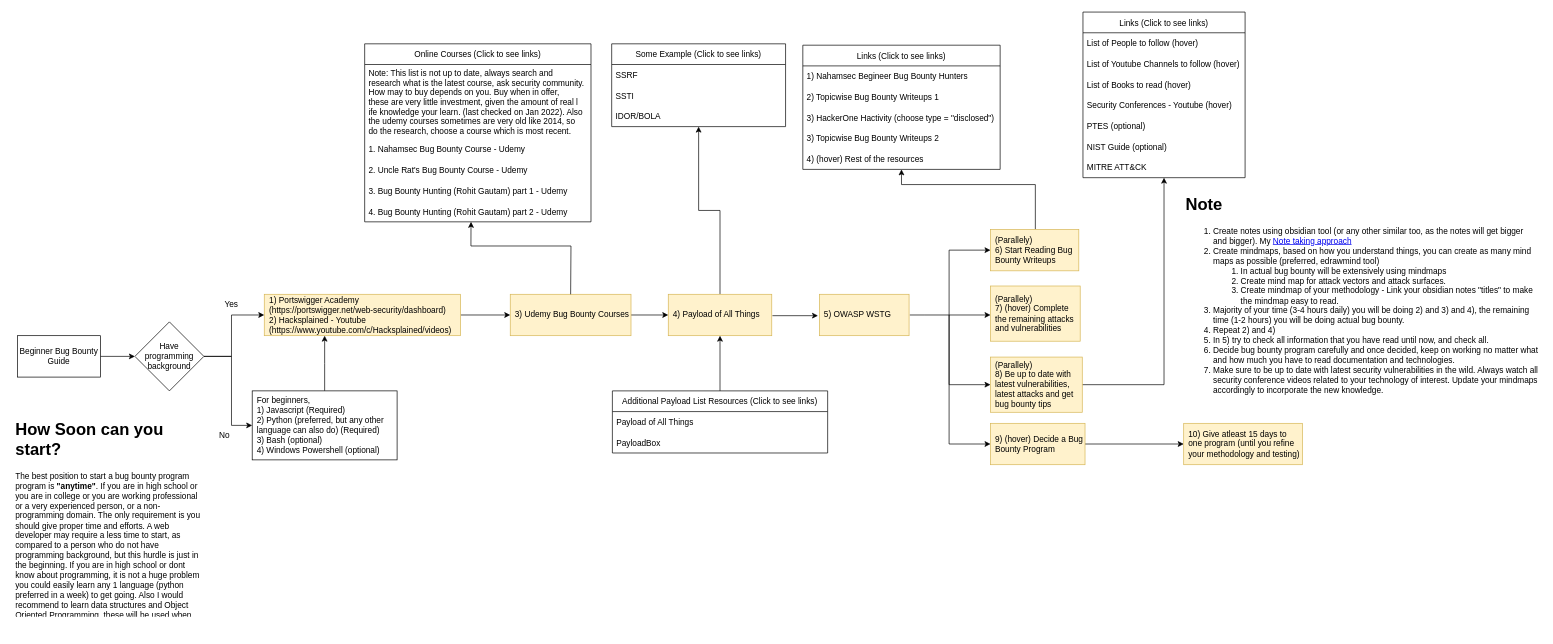
The draw.io diagram page "Beginner Bug Bounty Guide" (1 of 2) of how-to-start-bug-bounty.drawio in Le4kno3/Beginner-Bug-Bounty-Guide, before the edit. Source tidied: cells renumbered, new cells numbered last; positions are measured from the earlier drawing's top-left corner, leaving out a move shared by most shapes. Both pictures are drawn from the tidied source at 69%, with x=0, y=0 at pixel (12, 12).
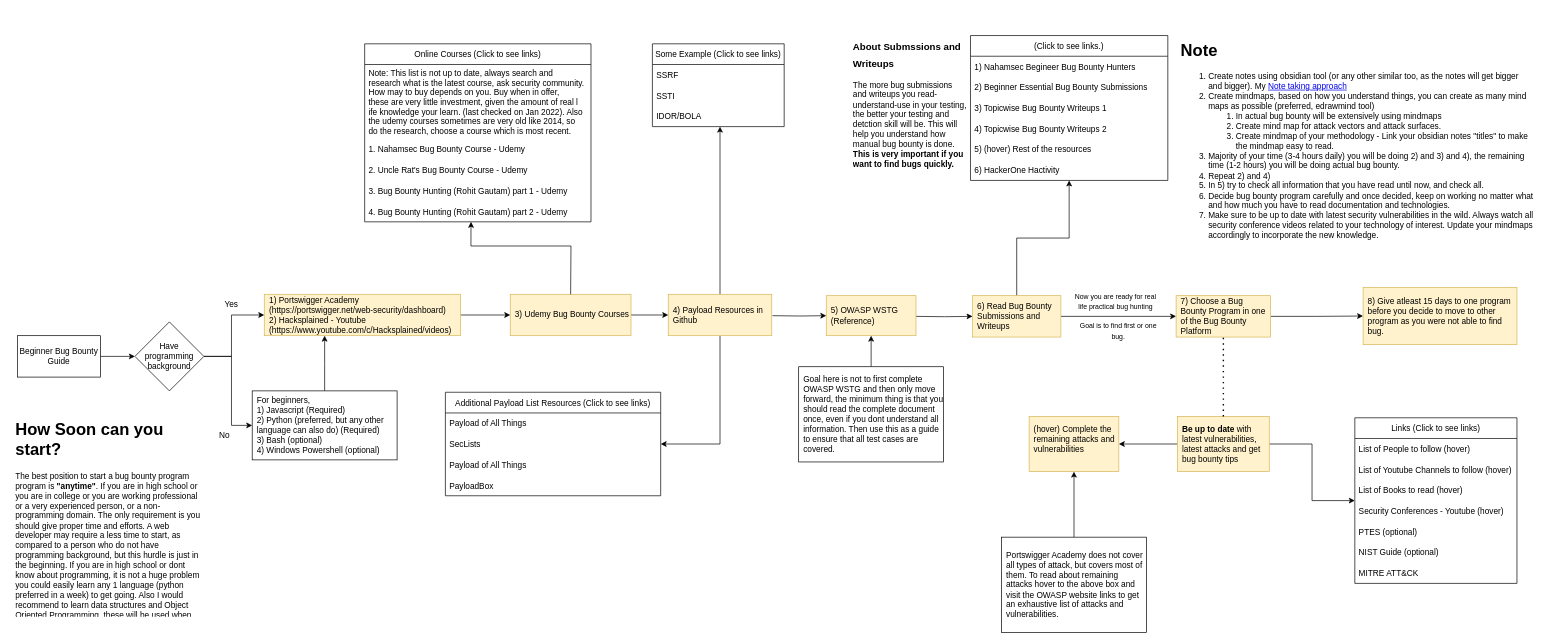
The same diagram, later.

Diff of the diagram source:
```diff
@@
-    <mxCell id="7" style="edgeStyle=orthogonalEdgeStyle;rounded=0;jettySize=auto;html=1;" parent="1" edge="1" target="16">
-      <mxGeometry relative="1" as="geometry">
-        <mxPoint x="1358" y="439" as="sourcePoint" />
-        <Array as="points">
-          <mxPoint x="1358" y="345" />
-        </Array>
-      </mxGeometry>
-    </mxCell>
-    <mxCell id="8" style="edgeStyle=orthogonalEdgeStyle;rounded=0;jettySize=auto;html=1;entryX=0;entryY=0.5;entryDx=0;entryDy=0;" parent="1" edge="1" target="24">
-      <mxGeometry relative="1" as="geometry">
-        <mxPoint x="1358" y="439" as="sourcePoint" />
-        <Array as="points">
-          <mxPoint x="1358" y="540" />
-        </Array>
-      </mxGeometry>
-    </mxCell>
-    <mxCell id="9" style="edgeStyle=orthogonalEdgeStyle;rounded=0;jettySize=auto;html=1;" parent="1" edge="1" target="34">
-      <mxGeometry relative="1" as="geometry">
-        <mxPoint x="1358" y="439" as="sourcePoint" />
-        <Array as="points">
-          <mxPoint x="1358" y="626" />
-        </Array>
-      </mxGeometry>
-    </mxCell>
-    <mxCell id="10" style="edgeStyle=orthogonalEdgeStyle;rounded=0;jettySize=auto;html=1;startArrow=none;" parent="1" edge="1" target="37">
-      <mxGeometry relative="1" as="geometry">
-        <mxPoint x="1301" y="439" as="sourcePoint" />
-        <Array as="points">
-          <mxPoint x="1323" y="439" />
-          <mxPoint x="1323" y="439" />
-        </Array>
-      </mxGeometry>
-    </mxCell>
@@
     <mxCell id="15" style="edgeStyle=orthogonalEdgeStyle;rounded=0;jettySize=auto;html=1;" parent="1" edge="1" source="16" target="17">
-      <mxGeometry relative="1" as="geometry">
-        <Array as="points">
-          <mxPoint x="1483" y="250" />
-          <mxPoint x="1289" y="250" />
-        </Array>
-      </mxGeometry>
+      <mxGeometry relative="1" as="geometry" />
     </mxCell>
+    <mxCell id="62" style="edgeStyle=orthogonalEdgeStyle;rounded=0;jettySize=auto;html=1;entryX=0;entryY=0.5;entryDx=0;entryDy=0;" parent="1" edge="1" source="16" target="34">
+      <mxGeometry relative="1" as="geometry" />
+    </mxCell>
-    <mxCell id="16" value="(Parallely)&lt;br&gt;6) Start Reading Bug Bounty Writeups" style="whiteSpace=wrap;html=1;fillColor=#fff2cc;strokeColor=#d6b656;rounded=0;align=left;spacingLeft=5;" parent="1" vertex="1">
-      <mxGeometry x="1418" y="315" width="128" height="60" as="geometry" />
+    <mxCell id="16" value="6) Read Bug Bounty Submissions and Writeups" style="whiteSpace=wrap;html=1;fillColor=#fff2cc;strokeColor=#d6b656;rounded=0;align=left;spacingLeft=5;" parent="1" vertex="1">
+      <mxGeometry x="1392" y="411" width="128" height="60" as="geometry" />
     </mxCell>
-    <mxCell id="17" value="Links (Click to see links)" style="swimlane;fontStyle=0;horizontal=1;startSize=30;" parent="1" vertex="1">
-      <mxGeometry x="1146" y="48" width="286" height="180" as="geometry" />
+    <mxCell id="17" value="(Click to see links.)" style="swimlane;fontStyle=0;horizontal=1;startSize=30;" parent="1" vertex="1">
+      <mxGeometry x="1389" y="34" width="286" height="210" as="geometry" />
     </mxCell>
@@
+    <mxCell id="63" value="2) Beginner Essential Bug Bounty Submissions" style="text;strokeColor=none;fillColor=none;align=left;verticalAlign=middle;spacingLeft=4;spacingRight=4;overflow=hidden;" parent="17" vertex="1">
+      <mxGeometry y="60" width="286" height="30" as="geometry" />
+    </mxCell>
-    <mxCell id="19" value="2) Topicwise Bug Bounty Writeups 1" style="text;strokeColor=none;fillColor=none;align=left;verticalAlign=middle;spacingLeft=4;spacingRight=4;overflow=hidden;" parent="17" vertex="1">
-      <mxGeometry y="60" width="286" height="30" as="geometry" />
+    <mxCell id="19" value="3) Topicwise Bug Bounty Writeups 1" style="text;strokeColor=none;fillColor=none;align=left;verticalAlign=middle;spacingLeft=4;spacingRight=4;overflow=hidden;" parent="17" vertex="1">
+      <mxGeometry y="90" width="286" height="30" as="geometry" />
     </mxCell>
-    <mxCell id="20" value="3) HackerOne Hactivity (choose type = &quot;disclosed&quot;)" style="text;strokeColor=none;fillColor=none;align=left;verticalAlign=middle;spacingLeft=4;spacingRight=4;overflow=hidden;" parent="17" vertex="1">
-      <mxGeometry y="90" width="286" height="30" as="geometry" />
-    </mxCell>
-    <mxCell id="21" value="3) Topicwise Bug Bounty Writeups 2" style="text;strokeColor=none;fillColor=none;align=left;verticalAlign=middle;spacingLeft=4;spacingRight=4;overflow=hidden;" parent="17" vertex="1">
+    <mxCell id="21" value="4) Topicwise Bug Bounty Writeups 2" style="text;strokeColor=none;fillColor=none;align=left;verticalAlign=middle;spacingLeft=4;spacingRight=4;overflow=hidden;" parent="17" vertex="1">
       <mxGeometry y="120" width="286" height="30" as="geometry" />
     </mxCell>
-    <mxCell id="22" value="4) (hover) Rest of the resources" style="text;strokeColor=none;fillColor=none;align=left;verticalAlign=middle;spacingLeft=4;spacingRight=4;overflow=hidden;" parent="17" vertex="1">
+    <mxCell id="22" value="5) (hover) Rest of the resources" style="text;strokeColor=none;fillColor=none;align=left;verticalAlign=middle;spacingLeft=4;spacingRight=4;overflow=hidden;" parent="17" vertex="1">
       <mxGeometry y="150" width="286" height="30" as="geometry" />
     </mxCell>
+    <mxCell id="20" value="6) HackerOne Hactivity" style="text;strokeColor=none;fillColor=none;align=left;verticalAlign=middle;spacingLeft=4;spacingRight=4;overflow=hidden;" parent="17" vertex="1">
+      <mxGeometry y="180" width="286" height="30" as="geometry" />
+    </mxCell>
@@
+    <mxCell id="64" style="edgeStyle=orthogonalEdgeStyle;rounded=0;jettySize=auto;html=1;entryX=1;entryY=0.5;entryDx=0;entryDy=0;fontSize=12;" parent="1" edge="1" source="24" target="37">
+      <mxGeometry relative="1" as="geometry" />
+    </mxCell>
-    <mxCell id="24" value="(Parallely)&lt;br&gt;8) Be up to date with latest vulnerabilities, latest attacks and get bug bounty tips" style="whiteSpace=wrap;html=1;align=left;fillColor=#fff2cc;strokeColor=#d6b656;rounded=0;spacingLeft=5;" parent="1" vertex="1">
-      <mxGeometry x="1418" y="500" width="133" height="80" as="geometry" />
+    <mxCell id="24" value="&lt;b&gt;Be up to date&lt;/b&gt; with latest vulnerabilities, latest attacks and get bug bounty tips" style="whiteSpace=wrap;html=1;align=left;fillColor=#fff2cc;strokeColor=#d6b656;rounded=0;spacingLeft=5;" parent="1" vertex="1">
+      <mxGeometry x="1689" y="586" width="133" height="80" as="geometry" />
     </mxCell>
     <mxCell id="25" value="Links (Click to see links)" style="swimlane;fontStyle=0;horizontal=1;startSize=30;" parent="1" vertex="1">
-      <mxGeometry x="1552" width="235" height="240" as="geometry" />
+      <mxGeometry x="1946" y="588" width="235" height="240" as="geometry" />
     </mxCell>
@@
-    <mxCell id="34" value="9) (hover) Decide a Bug Bounty Program" style="whiteSpace=wrap;html=1;align=left;fillColor=#fff2cc;strokeColor=#d6b656;rounded=0;spacingLeft=5;" parent="1" vertex="1">
-      <mxGeometry x="1418" y="596" width="137" height="60" as="geometry" />
+    <mxCell id="34" value="7) Choose a Bug Bounty Program in one of the Bug Bounty Platform" style="whiteSpace=wrap;html=1;align=left;fillColor=#fff2cc;strokeColor=#d6b656;rounded=0;spacingLeft=5;" parent="1" vertex="1">
+      <mxGeometry x="1687" y="411" width="137" height="60" as="geometry" />
     </mxCell>
-    <mxCell id="35" value="10) Give atleast 15 days to one program (until you refine your methodology and testing)" style="whiteSpace=wrap;html=1;align=left;fillColor=#fff2cc;strokeColor=#d6b656;rounded=0;spacingLeft=5;" parent="1" vertex="1">
-      <mxGeometry x="1698" y="596" width="172" height="60" as="geometry" />
+    <mxCell id="35" value="8) Give atleast 15 days to one program before you decide to move to other program as you were not able to find bug." style="whiteSpace=wrap;html=1;align=left;fillColor=#fff2cc;strokeColor=#d6b656;rounded=0;spacingLeft=5;" parent="1" vertex="1">
+      <mxGeometry x="1958" y="399" width="223" height="83" as="geometry" />
     </mxCell>
     <mxCell id="36" value="&lt;h1&gt;Note&lt;/h1&gt;&lt;p&gt;&lt;/p&gt;&lt;ol&gt;&lt;li&gt;Create notes using obsidian tool (or any other similar too, as the notes will get bigger and bigger). My &lt;a href=&quot;https://takshil-patil529.medium.com/beginner-bug-bounty-guide-part-3-8b979d0f6511#9e9b&quot;&gt;Note taking approach&lt;/a&gt;&lt;/li&gt;&lt;li&gt;Create mindmaps, based on how you understand things, you can create as many mind maps as possible (preferred, edrawmind tool)&lt;/li&gt;&lt;ol&gt;&lt;li&gt;In actual bug bounty will be extensively using mindmaps&lt;/li&gt;&lt;li&gt;Create mind map for attack vectors and attack surfaces.&lt;/li&gt;&lt;li&gt;Create mindmap of your methodology - Link your obsidian notes &quot;titles&quot; to make the mindmap easy to read.&lt;/li&gt;&lt;/ol&gt;&lt;li&gt;Majority of your time (3-4 hours daily) you will be doing 2) and 3) and 4), the remaining time (1-2 hours) you will be doing actual bug bounty.&lt;/li&gt;&lt;li&gt;Repeat 2) and 4)&lt;/li&gt;&lt;li&gt;In 5) try to check all information that you have read until now, and check all.&lt;/li&gt;&lt;li&gt;Decide bug bounty program carefully and once decided, keep on working no matter what and how much you have to read documentation and technologies.&lt;/li&gt;&lt;li&gt;Make sure to be up to date with latest security vulnerabilities in the wild. Always watch all security conference videos related to your technology of interest. Update your mindmaps accordingly to incorporate the new knowledge.&lt;/li&gt;&lt;/ol&gt;&lt;p&gt;&lt;/p&gt;" style="text;html=1;strokeColor=none;fillColor=none;spacing=5;spacingTop=-20;whiteSpace=wrap;overflow=hidden;rounded=0;" parent="1" vertex="1">
-      <mxGeometry x="1696" y="260" width="520" height="320" as="geometry" />
+      <mxGeometry x="1689" y="36" width="520" height="320" as="geometry" />
     </mxCell>
-    <mxCell id="37" value="(Parallely)&lt;br&gt;7) (hover) Complete the remaining attacks and vulnerabilities" style="whiteSpace=wrap;html=1;align=left;fillColor=#fff2cc;strokeColor=#d6b656;rounded=0;spacingLeft=5;" parent="1" vertex="1">
-      <mxGeometry x="1418" y="397" width="130" height="80" as="geometry" />
+    <mxCell id="37" value="(hover) Complete the remaining attacks and vulnerabilities&lt;br&gt;&amp;nbsp;" style="whiteSpace=wrap;html=1;align=left;fillColor=#fff2cc;strokeColor=#d6b656;rounded=0;spacingLeft=5;" parent="1" vertex="1">
+      <mxGeometry x="1474" y="586" width="130" height="80" as="geometry" />
     </mxCell>
@@
     <mxCell id="50" style="edgeStyle=orthogonalEdgeStyle;rounded=0;jettySize=auto;html=1;" parent="1" edge="1" source="51" target="52">
-      <mxGeometry relative="1" as="geometry" />
+      <mxGeometry relative="1" as="geometry">
+        <Array as="points">
+          <mxPoint x="1026" y="241" />
+          <mxPoint x="1026" y="241" />
+        </Array>
+      </mxGeometry>
     </mxCell>
+    <mxCell id="65" style="edgeStyle=orthogonalEdgeStyle;rounded=0;jettySize=auto;html=1;entryX=1;entryY=0.5;entryDx=0;entryDy=0;" parent="1" edge="1" source="51" target="68">
+      <mxGeometry relative="1" as="geometry" />
+    </mxCell>
-    <mxCell id="51" value="4) Payload of All Things" style="whiteSpace=wrap;html=1;rounded=0;fillColor=#fff2cc;strokeColor=#d6b656;align=left;spacingLeft=5;" parent="1" vertex="1">
+    <mxCell id="51" value="4) Payload Resources in Github" style="whiteSpace=wrap;html=1;rounded=0;fillColor=#fff2cc;strokeColor=#d6b656;align=left;spacingLeft=5;" parent="1" vertex="1">
       <mxGeometry x="951" y="409" width="150" height="60" as="geometry" />
     </mxCell>
     <mxCell id="52" value="Some Example (Click to see links)" style="swimlane;fontStyle=0;horizontal=1;startSize=30;" parent="1" vertex="1">
-      <mxGeometry x="869" y="46" width="252" height="120" as="geometry" />
+      <mxGeometry x="928" y="46" width="191" height="120" as="geometry" />
     </mxCell>
     <mxCell id="53" value="SSRF" style="text;strokeColor=none;fillColor=none;align=left;verticalAlign=middle;spacingLeft=4;spacingRight=4;overflow=hidden;" parent="52" vertex="1">
-      <mxGeometry y="30" width="252" height="30" as="geometry" />
+      <mxGeometry y="30" width="191" height="30" as="geometry" />
     </mxCell>
     <mxCell id="54" value="SSTI" style="text;strokeColor=none;fillColor=none;align=left;verticalAlign=middle;spacingLeft=4;spacingRight=4;overflow=hidden;" parent="52" vertex="1">
-      <mxGeometry y="60" width="252" height="30" as="geometry" />
+      <mxGeometry y="60" width="191" height="30" as="geometry" />
     </mxCell>
     <mxCell id="55" value="IDOR/BOLA" style="text;strokeColor=none;fillColor=none;align=left;verticalAlign=middle;spacingLeft=4;spacingRight=4;overflow=hidden;" parent="52" vertex="1">
-      <mxGeometry y="90" width="252" height="30" as="geometry" />
+      <mxGeometry y="90" width="191" height="30" as="geometry" />
     </mxCell>
+    <mxCell id="66" style="edgeStyle=orthogonalEdgeStyle;rounded=0;jettySize=auto;html=1;entryX=0;entryY=0.5;entryDx=0;entryDy=0;" parent="1" edge="1" target="16">
+      <mxGeometry relative="1" as="geometry">
+        <mxPoint x="1310" y="441" as="sourcePoint" />
+      </mxGeometry>
+    </mxCell>
-    <mxCell id="56" value="5) OWASP WSTG&amp;nbsp;" style="whiteSpace=wrap;html=1;rounded=0;fillColor=#fff2cc;strokeColor=#d6b656;align=left;spacingLeft=5;" parent="1" vertex="1">
-      <mxGeometry x="1170" y="409" width="130" height="60" as="geometry" />
+    <mxCell id="56" value="5) OWASP WSTG (Reference)&lt;br&gt;" style="whiteSpace=wrap;html=1;rounded=0;fillColor=#fff2cc;strokeColor=#d6b656;align=left;spacingLeft=5;" parent="1" vertex="1">
+      <mxGeometry x="1180" y="411" width="130" height="58" as="geometry" />
     </mxCell>
-    <mxCell id="57" style="edgeStyle=orthogonalEdgeStyle;rounded=0;orthogonalLoop=1;jettySize=auto;html=1;" parent="1" edge="1">
+    <mxCell id="57" style="edgeStyle=orthogonalEdgeStyle;rounded=0;jettySize=auto;html=1;entryX=0;entryY=0.5;entryDx=0;entryDy=0;" parent="1" edge="1" target="56">
       <mxGeometry relative="1" as="geometry">
         <mxPoint x="1102" y="440" as="sourcePoint" />
-        <mxPoint x="1168" y="440" as="targetPoint" />
       </mxGeometry>
     </mxCell>
-    <mxCell id="58" style="edgeStyle=orthogonalEdgeStyle;rounded=0;jettySize=auto;html=1;entryX=0.5;entryY=1;entryDx=0;entryDy=0;" parent="1" edge="1" source="59" target="51">
-      <mxGeometry relative="1" as="geometry" />
-    </mxCell>
     <mxCell id="59" value="Additional Payload List Resources (Click to see links)" style="swimlane;fontStyle=0;horizontal=1;startSize=30;" parent="1" vertex="1">
-      <mxGeometry x="870" y="549" width="312" height="90" as="geometry" />
+      <mxGeometry x="628" y="551" width="312" height="150" as="geometry" />
     </mxCell>
+    <mxCell id="67" value="Payload of All Things" style="text;strokeColor=none;fillColor=none;align=left;verticalAlign=middle;spacingLeft=4;spacingRight=4;overflow=hidden;" parent="59" vertex="1">
+      <mxGeometry y="30" width="312" height="30" as="geometry" />
+    </mxCell>
+    <mxCell id="68" value="SecLists" style="text;strokeColor=none;fillColor=none;align=left;verticalAlign=middle;spacingLeft=4;spacingRight=4;overflow=hidden;points=[[0,0.5],[1,0.5]];portConstraint=eastwest;" parent="59" vertex="1">
+      <mxGeometry y="60" width="312" height="30" as="geometry" />
+    </mxCell>
     <mxCell id="60" value="Payload of All Things" style="text;strokeColor=none;fillColor=none;align=left;verticalAlign=middle;spacingLeft=4;spacingRight=4;overflow=hidden;" parent="59" vertex="1">
-      <mxGeometry y="30" width="312" height="30" as="geometry" />
+      <mxGeometry y="90" width="312" height="30" as="geometry" />
     </mxCell>
     <mxCell id="61" value="PayloadBox" style="text;strokeColor=none;fillColor=none;align=left;verticalAlign=middle;spacingLeft=4;spacingRight=4;overflow=hidden;" parent="59" vertex="1">
-      <mxGeometry y="60" width="312" height="30" as="geometry" />
+      <mxGeometry y="120" width="312" height="30" as="geometry" />
     </mxCell>
+    <mxCell id="69" style="edgeStyle=orthogonalEdgeStyle;rounded=0;jettySize=auto;html=1;entryX=0.5;entryY=1;entryDx=0;entryDy=0;" parent="1" edge="1" source="70" target="56">
+      <mxGeometry relative="1" as="geometry" />
+    </mxCell>
+    <mxCell id="70" value="Goal here is not to first complete OWASP WSTG and then only move forward, the minimum thing is that you should read the complete document once, even if you dont understand all information. Then use this as a guide to ensure that all test cases are covered." style="whiteSpace=wrap;html=1;rounded=0;align=left;spacingLeft=5;" parent="1" vertex="1">
+      <mxGeometry x="1140" y="514" width="210" height="138" as="geometry" />
+    </mxCell>
+    <mxCell id="71" value="&lt;font style=&quot;font-size: 10px&quot;&gt;Now you are ready for real life practical bug hunting&lt;/font&gt;" style="text;html=1;strokeColor=none;fillColor=none;align=center;verticalAlign=middle;whiteSpace=wrap;rounded=0;" parent="1" vertex="1">
+      <mxGeometry x="1536" y="404" width="127" height="30" as="geometry" />
+    </mxCell>
+    <mxCell id="72" value="&lt;font style=&quot;font-size: 10px&quot;&gt;Goal is to find first or one bug.&lt;/font&gt;" style="text;html=1;strokeColor=none;fillColor=none;align=center;verticalAlign=middle;whiteSpace=wrap;rounded=0;" parent="1" vertex="1">
+      <mxGeometry x="1540" y="447" width="127" height="30" as="geometry" />
+    </mxCell>
+    <mxCell id="73" value="&lt;h1&gt;&lt;font style=&quot;font-size: 14px&quot;&gt;About Submssions and Writeups&lt;/font&gt;&lt;/h1&gt;&lt;p&gt;&lt;font style=&quot;font-size: 12px&quot;&gt;The more bug submissions and writeups you read-understand-use in your testing, the better your testing and detction skill will be. This will help you understand how manual bug bounty is done. &lt;b&gt;This is very important if you want to find bugs quickly.&lt;/b&gt;&lt;/font&gt;&lt;/p&gt;" style="text;html=1;strokeColor=none;fillColor=none;spacing=5;spacingTop=-20;whiteSpace=wrap;overflow=hidden;rounded=0;fontSize=10;" parent="1" vertex="1">
+      <mxGeometry x="1214" y="34" width="173" height="202" as="geometry" />
+    </mxCell>
+    <mxCell id="74" style="endArrow=none;dashed=1;html=1;dashPattern=1 3;strokeWidth=2;rounded=0;fontSize=12;entryX=0.5;entryY=1;entryDx=0;entryDy=0;exitX=0.5;exitY=0;exitDx=0;exitDy=0;" parent="1" edge="1" source="24" target="34">
+      <mxGeometry relative="1" as="geometry" />
+    </mxCell>
+    <mxCell id="75" style="edgeStyle=orthogonalEdgeStyle;rounded=0;jettySize=auto;html=1;entryX=0.5;entryY=1;entryDx=0;entryDy=0;fontSize=12;" parent="1" edge="1" source="76" target="37">
+      <mxGeometry relative="1" as="geometry" />
+    </mxCell>
+    <mxCell id="76" value="Portswigger Academy does not cover all types of attack, but covers most of them. To read about remaining attacks hover to the above box and visit the OWASP website links to get an exhaustive list of attacks and vulnerabilities." style="whiteSpace=wrap;html=1;rounded=0;align=left;spacingLeft=5;" parent="1" vertex="1">
+      <mxGeometry x="1434" y="761" width="210" height="138" as="geometry" />
+    </mxCell>
```
